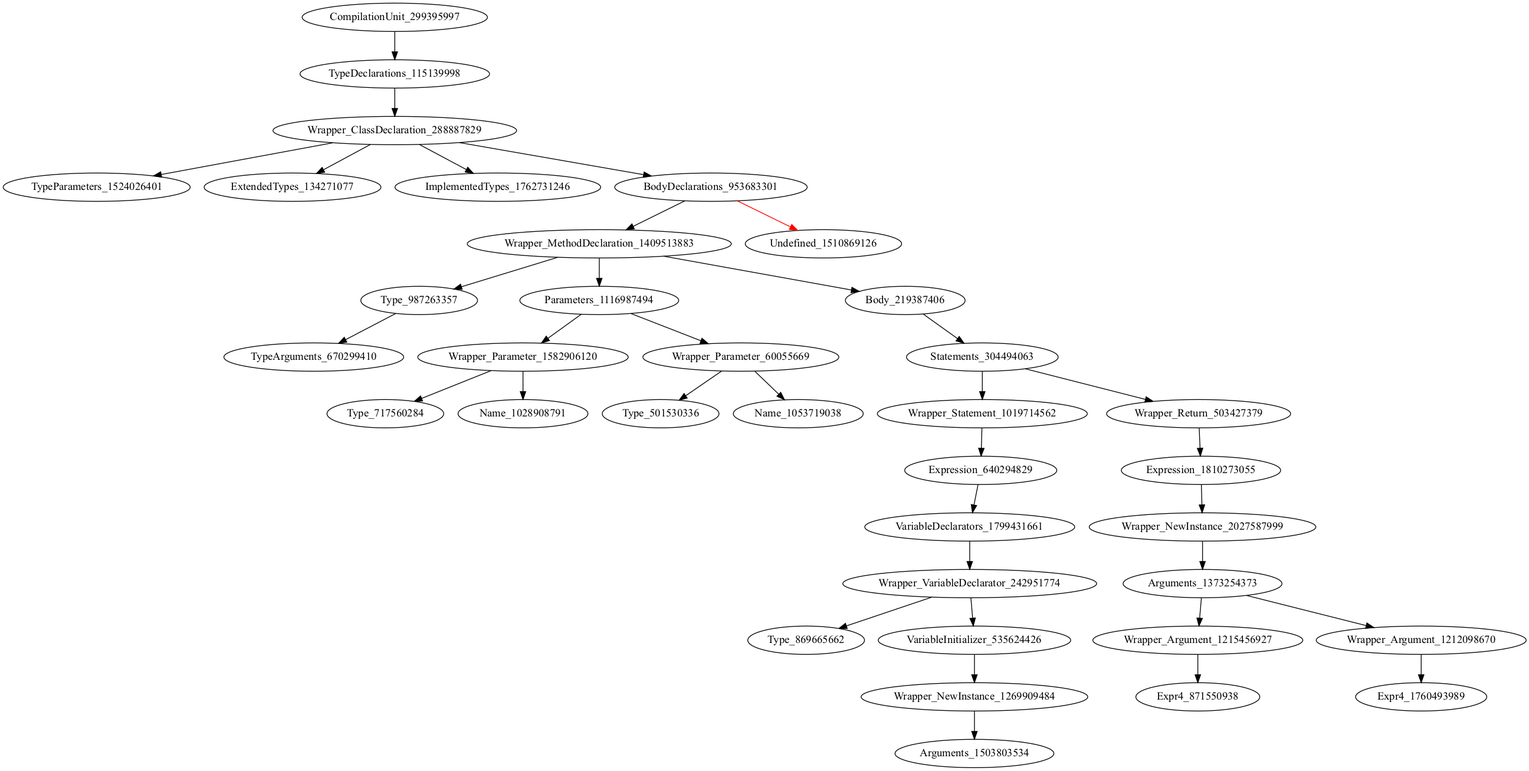
Before: holeAST.png, a diagram exported from Graphviz (icse2023material/VoiceJava). Its source is kept beside it as holeAST.dot.
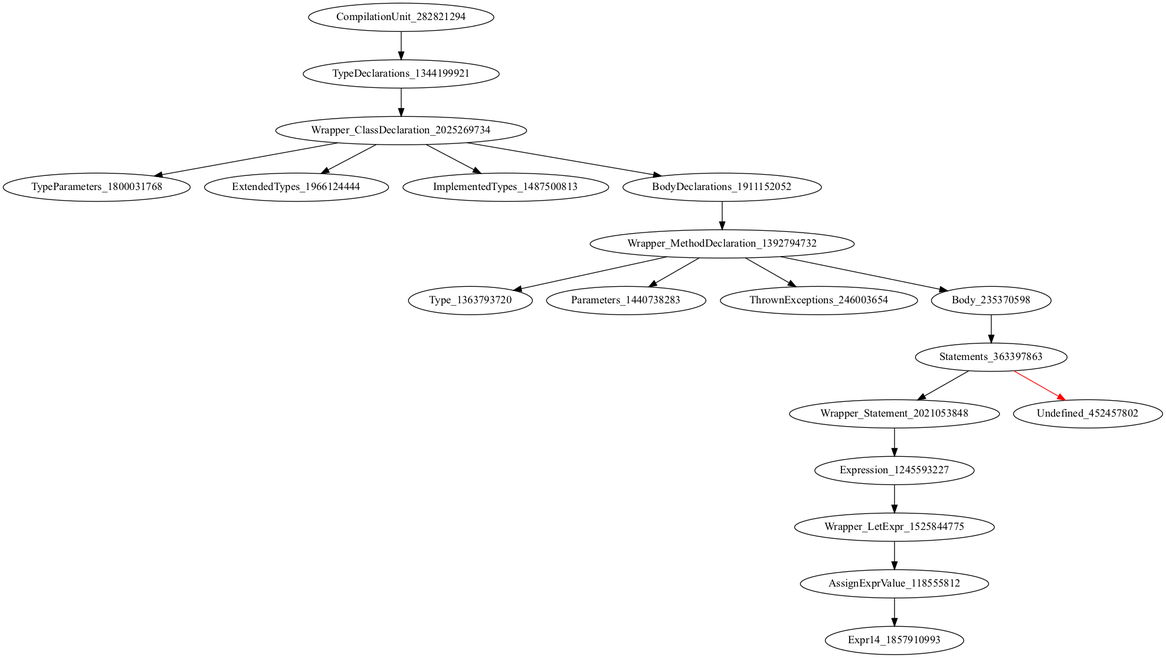
Later version of the same file.

What changed in the source:
```diff
@@ -1,37 +1,20 @@
 digraph {
-CompilationUnit_299395997 -> TypeDeclarations_115139998
-TypeDeclarations_115139998 -> Wrapper_ClassDeclaration_288887829
-Wrapper_ClassDeclaration_288887829 -> TypeParameters_1524026401
-Wrapper_ClassDeclaration_288887829 -> ExtendedTypes_134271077
-Wrapper_ClassDeclaration_288887829 -> ImplementedTypes_1762731246
-Wrapper_ClassDeclaration_288887829 -> BodyDeclarations_953683301
-BodyDeclarations_953683301 -> Wrapper_MethodDeclaration_1409513883
-BodyDeclarations_953683301 -> Undefined_1510869126 [color = red]
-Wrapper_MethodDeclaration_1409513883 -> Type_987263357
-Wrapper_MethodDeclaration_1409513883 -> Parameters_1116987494
-Wrapper_MethodDeclaration_1409513883 -> Body_219387406
-Type_987263357 -> TypeArguments_670299410
-Parameters_1116987494 -> Wrapper_Parameter_1582906120
-Parameters_1116987494 -> Wrapper_Parameter_60055669
-Body_219387406 -> Statements_304494063
-Wrapper_Parameter_1582906120 -> Type_717560284
-Wrapper_Parameter_1582906120 -> Name_1028908791
-Wrapper_Parameter_60055669 -> Type_501530336
-Wrapper_Parameter_60055669 -> Name_1053719038
-Statements_304494063 -> Wrapper_Statement_1019714562
-Statements_304494063 -> Wrapper_Return_503427379
-Wrapper_Statement_1019714562 -> Expression_640294829
-Wrapper_Return_503427379 -> Expression_1810273055
-Expression_640294829 -> VariableDeclarators_1799431661
-Expression_1810273055 -> Wrapper_NewInstance_2027587999
-VariableDeclarators_1799431661 -> Wrapper_VariableDeclarator_242951774
-Wrapper_NewInstance_2027587999 -> Arguments_1373254373
-Wrapper_VariableDeclarator_242951774 -> Type_869665662
-Wrapper_VariableDeclarator_242951774 -> VariableInitializer_535624426
-Arguments_1373254373 -> Wrapper_Argument_1215456927
-Arguments_1373254373 -> Wrapper_Argument_1212098670
-VariableInitializer_535624426 -> Wrapper_NewInstance_1269909484
-Wrapper_Argument_1215456927 -> Expr4_871550938
-Wrapper_Argument_1212098670 -> Expr4_1760493989
-Wrapper_NewInstance_1269909484 -> Arguments_1503803534
+CompilationUnit_282821294 -> TypeDeclarations_1344199921
+TypeDeclarations_1344199921 -> Wrapper_ClassDeclaration_2025269734
+Wrapper_ClassDeclaration_2025269734 -> TypeParameters_1800031768
+Wrapper_ClassDeclaration_2025269734 -> ExtendedTypes_1966124444
+Wrapper_ClassDeclaration_2025269734 -> ImplementedTypes_1487500813
+Wrapper_ClassDeclaration_2025269734 -> BodyDeclarations_1911152052
+BodyDeclarations_1911152052 -> Wrapper_MethodDeclaration_1392794732
+Wrapper_MethodDeclaration_1392794732 -> Type_1363793720
+Wrapper_MethodDeclaration_1392794732 -> Parameters_1440738283
+Wrapper_MethodDeclaration_1392794732 -> ThrownExceptions_246003654
+Wrapper_MethodDeclaration_1392794732 -> Body_235370598
+Body_235370598 -> Statements_363397863
+Statements_363397863 -> Wrapper_Statement_2021053848
+Statements_363397863 -> Undefined_452457802 [color = red]
+Wrapper_Statement_2021053848 -> Expression_1245593227
+Expression_1245593227 -> Wrapper_LetExpr_1525844775
+Wrapper_LetExpr_1525844775 -> AssignExprValue_118555812
+AssignExprValue_118555812 -> Expr14_1857910993
 }
```
